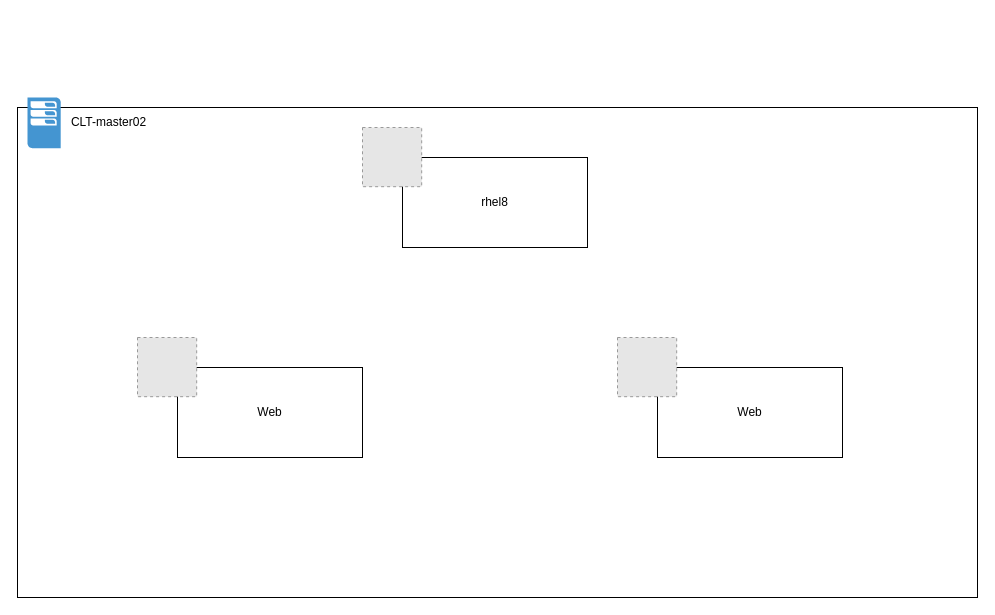
This is iptables_test01.drawio from yokikim/Report-resource-linux, a draw.io file, before an edit. Source tidied: cells renumbered, new cells numbered last; positions are measured from the earlier drawing's top-left corner, leaving out a move shared by most shapes. Both pictures are drawn from the tidied source at 100%, with x=0, y=0 at pixel (17, 97). Pictures stored in the file or linked from it are replaced by grey dashed boxes.
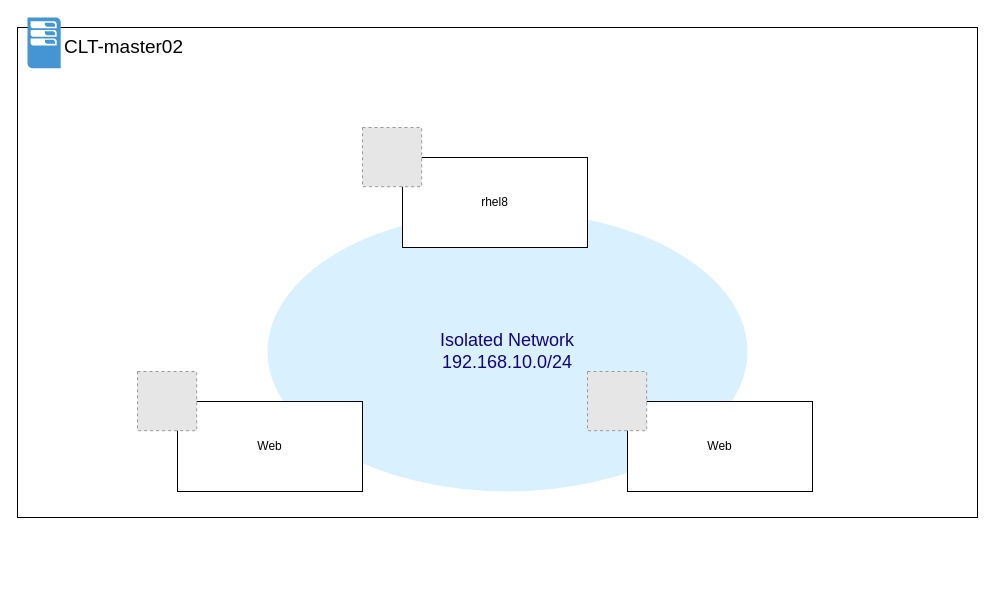
The same diagram, later.

The edit, as a diff of the source:
```diff
@@
 <mxGraphModel>
   <root>
     <mxCell id="0" />
     <mxCell id="1" parent="0" />
     <mxCell id="2" style="group;" parent="1" vertex="1">
-      <mxGeometry width="960" height="500" as="geometry" />
+      <mxGeometry y="-80" width="960" height="500" as="geometry" />
     </mxCell>
     <mxCell id="3" style="rounded=0;whiteSpace=wrap;html=1;" parent="2" vertex="1">
       <mxGeometry y="10" width="960" height="490" as="geometry" />
     </mxCell>
     <mxCell id="4" style="shadow=0;dashed=0;html=1;strokeColor=none;fillColor=#4495D1;labelPosition=center;verticalLabelPosition=bottom;verticalAlign=top;align=center;shape=mxgraph.veeam.2d.esx_esxi;" parent="2" vertex="1">
       <mxGeometry x="10" width="33.2" height="50.8" as="geometry" />
     </mxCell>
-    <mxCell id="5" value="CLT-master02" style="text;html=1;strokeColor=none;fillColor=none;align=center;verticalAlign=middle;whiteSpace=wrap;rounded=0;" parent="2" vertex="1">
-      <mxGeometry x="43.2" y="10.4" width="96.8" height="29.6" as="geometry" />
+    <mxCell id="5" value="&lt;font style=&quot;font-size: 19px;&quot;&gt;CLT-master02&lt;/font&gt;" style="text;html=1;strokeColor=none;fillColor=none;align=center;verticalAlign=middle;whiteSpace=wrap;rounded=0;" parent="2" vertex="1">
+      <mxGeometry x="43.2" y="10.4" width="126.8" height="39.6" as="geometry" />
     </mxCell>
+    <mxCell id="13" parent="0" />
+    <mxCell id="14" value="&lt;font color=&quot;#14047a&quot; style=&quot;font-size: 18px;&quot;&gt;Isolated Network&lt;br&gt;192.168.10.0/24&lt;/font&gt;" style="ellipse;whiteSpace=wrap;html=1;fillColor=#D9F0FF;strokeColor=none;" parent="13" vertex="1">
+      <mxGeometry x="250" y="114" width="480" height="280" as="geometry" />
+    </mxCell>
     <mxCell id="6" parent="0" />
     <mxCell id="7" value="rhel8" style="rounded=0;whiteSpace=wrap;html=1;" parent="6" vertex="1">
       <mxGeometry x="385" y="60" width="185" height="90" as="geometry" />
     </mxCell>
     <mxCell id="8" style="fillColor=#E6E6E6;strokeColor=#999999;dashed=1;html=1;verticalAlign=top;verticalLabelPosition=bottom;labelBackgroundColor=#ffffff;" parent="6" vertex="1">
       <mxGeometry x="345" y="30" width="59.2" height="59.2" as="geometry" />
     </mxCell>
     <mxCell id="9" value="Web" style="rounded=0;whiteSpace=wrap;html=1;" parent="6" vertex="1">
-      <mxGeometry x="160" y="270" width="185" height="90" as="geometry" />
+      <mxGeometry x="160" y="304" width="185" height="90" as="geometry" />
     </mxCell>
     <mxCell id="10" style="fillColor=#E6E6E6;strokeColor=#999999;dashed=1;html=1;verticalAlign=top;verticalLabelPosition=bottom;labelBackgroundColor=#ffffff;" parent="6" vertex="1">
-      <mxGeometry x="120" y="240" width="59.2" height="59.2" as="geometry" />
+      <mxGeometry x="120" y="274" width="59.2" height="59.2" as="geometry" />
     </mxCell>
     <mxCell id="11" value="Web" style="rounded=0;whiteSpace=wrap;html=1;" parent="6" vertex="1">
-      <mxGeometry x="640" y="270" width="185" height="90" as="geometry" />
+      <mxGeometry x="610" y="304" width="185" height="90" as="geometry" />
     </mxCell>
     <mxCell id="12" style="fillColor=#E6E6E6;strokeColor=#999999;dashed=1;html=1;verticalAlign=top;verticalLabelPosition=bottom;labelBackgroundColor=#ffffff;" parent="6" vertex="1">
-      <mxGeometry x="600" y="240" width="59.2" height="59.2" as="geometry" />
+      <mxGeometry x="570" y="274" width="59.2" height="59.2" as="geometry" />
     </mxCell>
   </root>
 </mxGraphModel>
```
